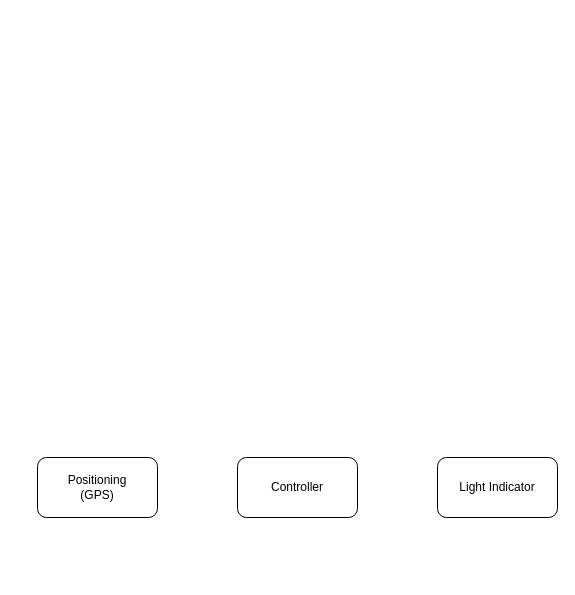
lukas0173/Draw.io keeps this draw.io diagram as PBL6-BusSystemImprovement.drawio. Above is the earlier version. Source tidied: cells renumbered, new cells numbered last; positions are measured from the earlier drawing's top-left corner, leaving out a move shared by most shapes. Both pictures are drawn from the tidied source at 100%, with x=0, y=0 at pixel (37, 457).
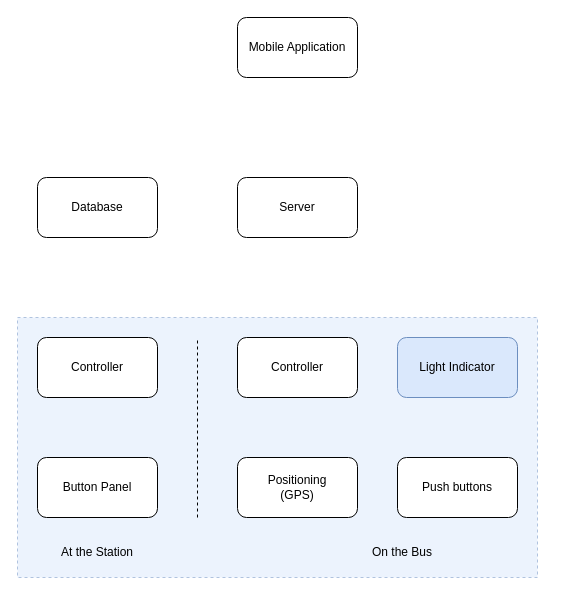
Above is the later version.

What changed in the source:
```diff
@@
 <mxGraphModel>
   <root>
     <mxCell id="0" />
     <mxCell id="1" parent="0" />
+    <mxCell id="5" style="rounded=0;whiteSpace=wrap;html=1;dashed=1;fillColor=#dae8fc;strokeColor=#6c8ebf;opacity=50;" parent="1" vertex="1">
+      <mxGeometry x="-20" y="-140" width="520" height="260" as="geometry" />
+    </mxCell>
     <mxCell id="2" value="Controller" style="rounded=1;whiteSpace=wrap;html=1;" parent="1" vertex="1">
-      <mxGeometry x="200" width="120" height="60" as="geometry" />
+      <mxGeometry x="200" y="-120" width="120" height="60" as="geometry" />
     </mxCell>
     <mxCell id="3" value="Positioning&lt;div&gt;(GPS)&lt;/div&gt;" style="rounded=1;whiteSpace=wrap;html=1;" parent="1" vertex="1">
-      <mxGeometry width="120" height="60" as="geometry" />
+      <mxGeometry x="200" width="120" height="60" as="geometry" />
     </mxCell>
-    <mxCell id="4" value="Light Indicator" style="rounded=1;whiteSpace=wrap;html=1;" parent="1" vertex="1">
-      <mxGeometry x="400" width="120" height="60" as="geometry" />
+    <mxCell id="4" value="Light Indicator" style="rounded=1;whiteSpace=wrap;html=1;fillStyle=auto;fillColor=#dae8fc;strokeColor=#6c8ebf;" parent="1" vertex="1">
+      <mxGeometry x="360" y="-120" width="120" height="60" as="geometry" />
     </mxCell>
+    <mxCell id="6" value="Push buttons" style="rounded=1;whiteSpace=wrap;html=1;" parent="1" vertex="1">
+      <mxGeometry x="360" width="120" height="60" as="geometry" />
+    </mxCell>
+    <mxCell id="7" value="Server" style="rounded=1;whiteSpace=wrap;html=1;" parent="1" vertex="1">
+      <mxGeometry x="200" y="-280" width="120" height="60" as="geometry" />
+    </mxCell>
+    <mxCell id="8" value="Database" style="rounded=1;whiteSpace=wrap;html=1;" parent="1" vertex="1">
+      <mxGeometry y="-280" width="120" height="60" as="geometry" />
+    </mxCell>
+    <mxCell id="9" value="Mobile Application" style="rounded=1;whiteSpace=wrap;html=1;" parent="1" vertex="1">
+      <mxGeometry x="200" y="-440" width="120" height="60" as="geometry" />
+    </mxCell>
+    <mxCell id="10" value="Controller" style="rounded=1;whiteSpace=wrap;html=1;" parent="1" vertex="1">
+      <mxGeometry y="-120" width="120" height="60" as="geometry" />
+    </mxCell>
+    <mxCell id="11" value="Button Panel" style="rounded=1;whiteSpace=wrap;html=1;" parent="1" vertex="1">
+      <mxGeometry width="120" height="60" as="geometry" />
+    </mxCell>
+    <mxCell id="12" style="endArrow=none;html=1;rounded=0;dashed=1;" parent="1" edge="1">
+      <mxGeometry relative="1" as="geometry">
+        <mxPoint x="160" y="60" as="sourcePoint" />
+        <mxPoint x="160" y="-120" as="targetPoint" />
+      </mxGeometry>
+    </mxCell>
+    <mxCell id="13" value="At the Station" style="text;html=1;align=center;verticalAlign=middle;whiteSpace=wrap;rounded=0;" parent="1" vertex="1">
+      <mxGeometry x="15" y="80" width="90" height="30" as="geometry" />
+    </mxCell>
+    <mxCell id="14" value="On the Bus" style="text;html=1;align=center;verticalAlign=middle;whiteSpace=wrap;rounded=0;" parent="1" vertex="1">
+      <mxGeometry x="320" y="80" width="90" height="30" as="geometry" />
+    </mxCell>
   </root>
 </mxGraphModel>
```
